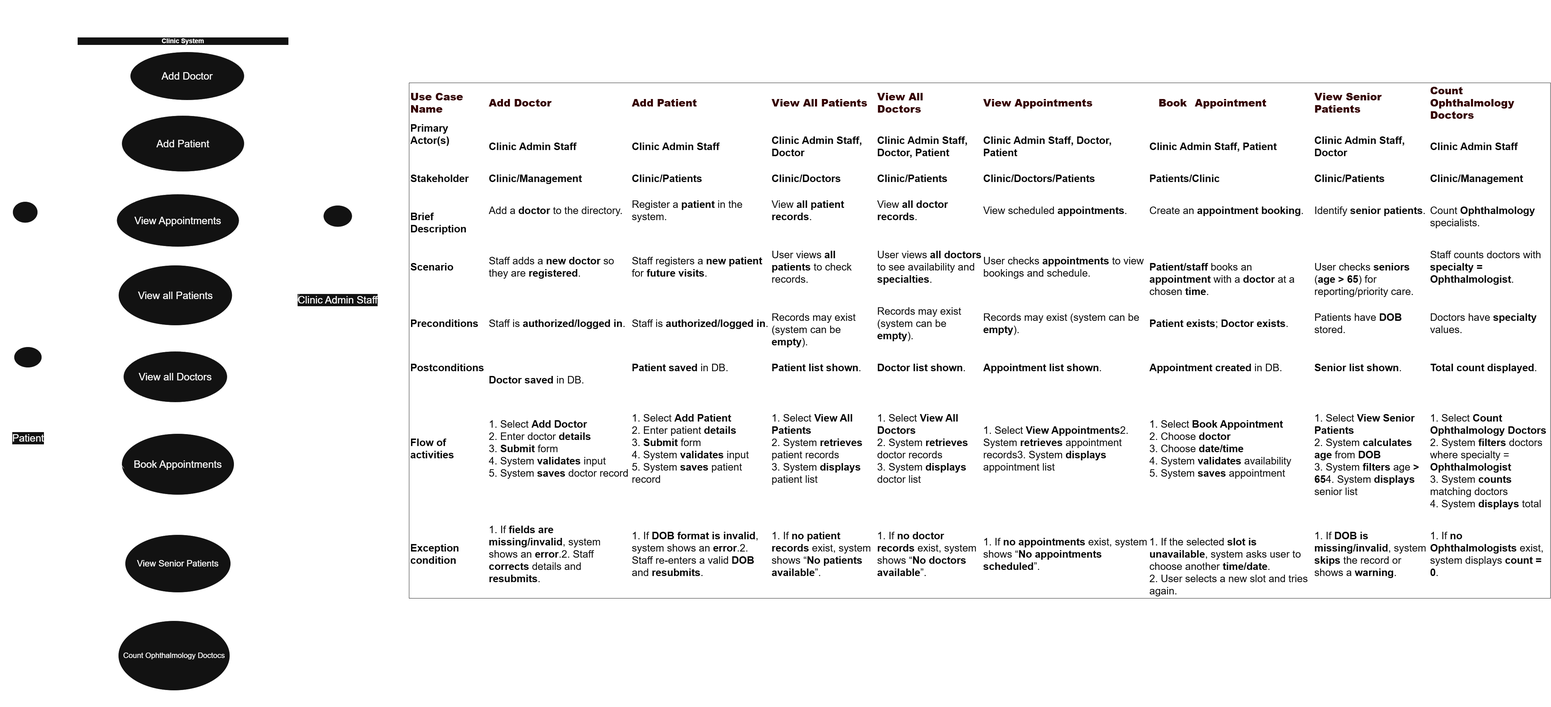
RevesBenj/YCCIA_2511 keeps this draw.io diagram as MS800W4_Act2_ClinicSystemUseCaseDiagram.png. Above is the earlier version. Source tidied: cells renumbered, new cells last; positions are measured from the earlier drawing's top-left corner, leaving out a move shared by most shapes.
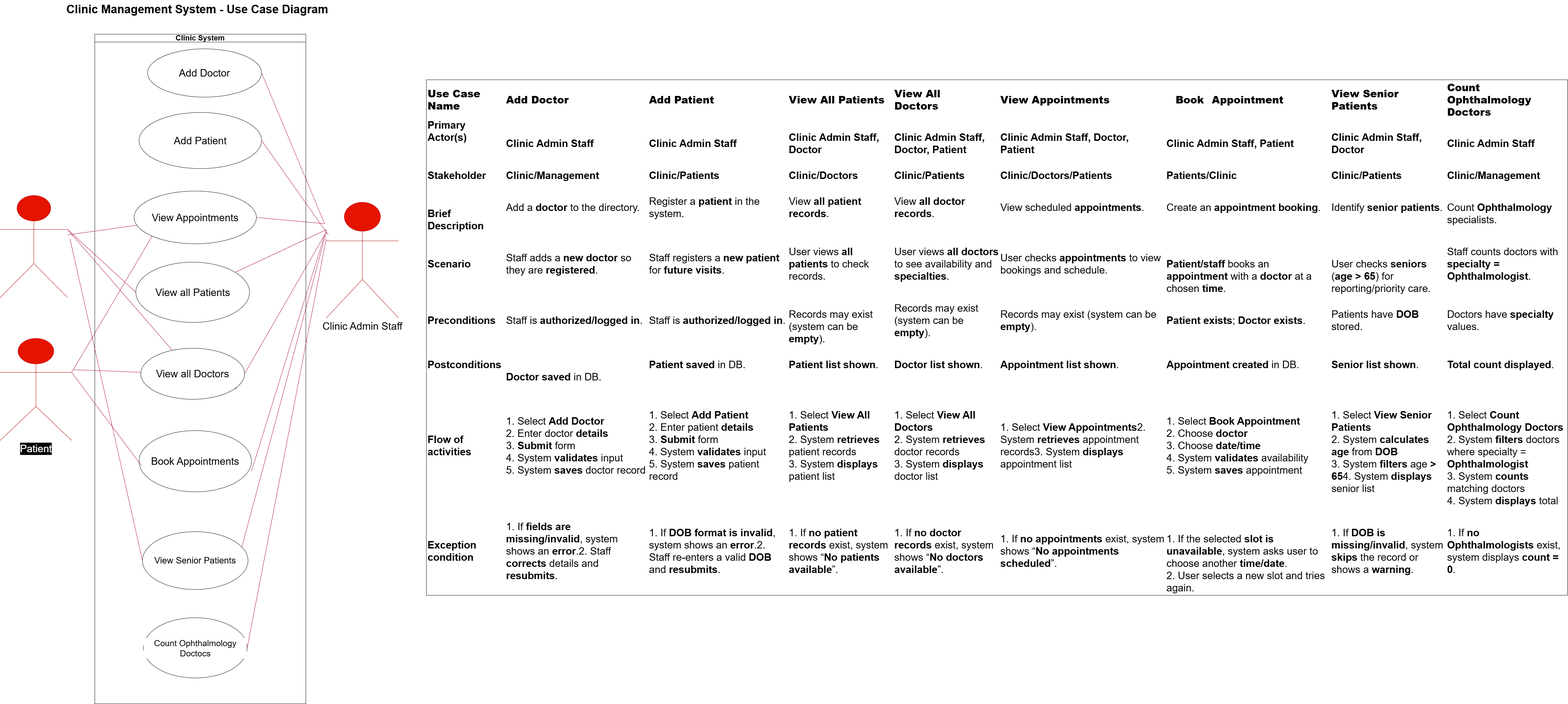
After the commit.

What changed in the source:
```diff
@@ -1,64 +1,64 @@
-<mxGraphModel>
+<mxGraphModel background="#ffffff">
   <root>
     <mxCell id="0" />
     <mxCell id="1" parent="0" />
-    <mxCell id="2" value="Doctor" style="shape=umlActor;verticalLabelPosition=bottom;verticalAlign=top;html=1;outlineConnect=0;fontSize=22;" parent="1" vertex="1">
-      <mxGeometry y="592" width="147" height="250" as="geometry" />
+    <mxCell id="2" value="Doctor" style="shape=umlActor;verticalLabelPosition=bottom;verticalAlign=top;outlineConnect=0;fontSize=22;fillColor=#e51400;fontColor=light-dark(#FFFFFF,#CC0000);strokeColor=#B20000;labelBackgroundColor=none;" parent="1" vertex="1">
+      <mxGeometry x="-51" y="583" width="198" height="300" as="geometry" />
     </mxCell>
-    <mxCell id="3" value="&lt;h1 style=&quot;margin-top: 0px;&quot;&gt;ClinicB Management System - Use Case Diagram&lt;/h1&gt;" style="text;html=1;whiteSpace=wrap;overflow=hidden;rounded=0;fontSize=17;align=center;" parent="1" vertex="1">
-      <mxGeometry x="123.2" width="827.5" height="120" as="geometry" />
+    <mxCell id="3" value="&lt;h1 style=&quot;margin-top: 0px;&quot;&gt;Clinic Management System - Use Case Diagram&lt;/h1&gt;" style="text;html=1;whiteSpace=wrap;overflow=hidden;rounded=0;fontSize=17;" parent="1" vertex="1">
+      <mxGeometry x="141.5" y="9" width="791" height="70" as="geometry" />
     </mxCell>
-    <mxCell id="4" value="Patient" style="shape=umlActor;verticalLabelPosition=bottom;verticalAlign=top;html=1;outlineConnect=0;fontSize=30;labelBackgroundColor=default;" parent="1" vertex="1">
-      <mxGeometry y="1019" width="163" height="244" as="geometry" />
+    <mxCell id="4" value="Patient" style="shape=umlActor;verticalLabelPosition=bottom;verticalAlign=top;html=1;outlineConnect=0;fontSize=30;labelBackgroundColor=light-dark(#000000,#FFFFFF);fillColor=#e51400;fontColor=light-dark(#ffffff, #e70d0d);strokeColor=#B20000;" parent="1" vertex="1">
+      <mxGeometry x="-51" y="1003" width="210" height="300" as="geometry" />
     </mxCell>
-    <mxCell id="5" value="Clinic Admin Staff" style="shape=umlActor;verticalLabelPosition=bottom;verticalAlign=top;html=1;fontSize=30;labelBackgroundColor=default;" parent="1" vertex="1">
-      <mxGeometry x="907" y="603" width="169" height="254" as="geometry" />
+    <mxCell id="5" value="Clinic Admin Staff" style="shape=umlActor;verticalLabelPosition=bottom;verticalAlign=top;html=1;fontSize=30;labelBackgroundColor=default;fillColor=#e51400;fontColor=light-dark(#000000,#FF0000);strokeColor=#B20000;labelBorderColor=none;" parent="1" vertex="1">
+      <mxGeometry x="907" y="603" width="212" height="340" as="geometry" />
     </mxCell>
-    <mxCell id="6" style="endArrow=none;html=1;rounded=0;exitX=1;exitY=0.3333333333333333;exitDx=0;exitDy=0;exitPerimeter=0;" parent="1" edge="1" source="2" target="21">
+    <mxCell id="6" style="endArrow=none;html=1;rounded=0;exitX=1;exitY=0.3333333333333333;exitDx=0;exitDy=0;exitPerimeter=0;fillColor=#d80073;strokeColor=#A50040;" parent="1" edge="1" source="2" target="21">
       <mxGeometry relative="1" as="geometry" />
     </mxCell>
-    <mxCell id="7" style="endArrow=none;html=1;rounded=0;" parent="1" edge="1" target="21">
+    <mxCell id="7" style="endArrow=none;html=1;rounded=0;fillColor=#d80073;strokeColor=#A50040;" parent="1" edge="1" target="21">
       <mxGeometry relative="1" as="geometry">
         <mxPoint x="165" y="1095" as="sourcePoint" />
       </mxGeometry>
     </mxCell>
-    <mxCell id="8" style="endArrow=none;html=1;rounded=0;exitX=1;exitY=1;exitDx=0;exitDy=0;" parent="1" edge="1" source="22">
+    <mxCell id="8" style="endArrow=none;html=1;rounded=0;exitX=1;exitY=1;exitDx=0;exitDy=0;fillColor=#d80073;strokeColor=#A50040;" parent="1" edge="1" source="22">
       <mxGeometry relative="1" as="geometry">
         <mxPoint x="907" y="691" as="targetPoint" />
       </mxGeometry>
     </mxCell>
-    <mxCell id="9" style="endArrow=none;html=1;rounded=0;entryX=0.91;entryY=0.814;entryDx=0;entryDy=0;entryPerimeter=0;" parent="1" edge="1" target="21">
+    <mxCell id="9" style="endArrow=none;html=1;rounded=0;entryX=0.91;entryY=0.814;entryDx=0;entryDy=0;entryPerimeter=0;fillColor=#d80073;strokeColor=#A50040;" parent="1" edge="1" target="21">
       <mxGeometry relative="1" as="geometry">
         <mxPoint x="902" y="699" as="sourcePoint" />
       </mxGeometry>
     </mxCell>
-    <mxCell id="10" style="endArrow=none;html=1;rounded=0;exitX=1;exitY=0.5;exitDx=0;exitDy=0;" parent="1" edge="1" source="18">
+    <mxCell id="10" style="endArrow=none;html=1;rounded=0;exitX=1;exitY=0.5;exitDx=0;exitDy=0;fillColor=#d80073;strokeColor=#A50040;" parent="1" edge="1" source="18">
       <mxGeometry relative="1" as="geometry">
         <mxPoint x="902" y="666" as="targetPoint" />
       </mxGeometry>
     </mxCell>
-    <mxCell id="11" style="endArrow=none;html=1;rounded=0;entryX=0;entryY=0.3333333333333333;entryDx=0;entryDy=0;entryPerimeter=0;" parent="1" edge="1" source="23">
+    <mxCell id="11" style="endArrow=none;html=1;rounded=0;entryX=0;entryY=0.3333333333333333;entryDx=0;entryDy=0;entryPerimeter=0;fillColor=#d80073;strokeColor=#A50040;" parent="1" edge="1" source="23">
       <mxGeometry relative="1" as="geometry">
         <mxPoint x="907" y="683.7" as="targetPoint" />
       </mxGeometry>
     </mxCell>
-    <mxCell id="12" style="endArrow=none;html=1;rounded=0;exitX=1;exitY=0.3333333333333333;exitDx=0;exitDy=0;exitPerimeter=0;entryX=0;entryY=1;entryDx=0;entryDy=0;" parent="1" edge="1" source="4" target="18">
+    <mxCell id="12" style="endArrow=none;html=1;rounded=0;exitX=1;exitY=0.3333333333333333;exitDx=0;exitDy=0;exitPerimeter=0;entryX=0;entryY=1;entryDx=0;entryDy=0;fillColor=#d80073;strokeColor=#A50040;" parent="1" edge="1" source="4" target="18">
       <mxGeometry relative="1" as="geometry" />
     </mxCell>
-    <mxCell id="13" style="endArrow=none;html=1;rounded=0;exitX=1;exitY=0.5;exitDx=0;exitDy=0;" parent="1" edge="1" source="17">
+    <mxCell id="13" style="endArrow=none;html=1;rounded=0;exitX=1;exitY=0.5;exitDx=0;exitDy=0;fillColor=#d80073;strokeColor=#A50040;" parent="1" edge="1" source="17">
       <mxGeometry relative="1" as="geometry">
         <mxPoint x="913" y="699" as="targetPoint" />
       </mxGeometry>
     </mxCell>
-    <mxCell id="14" style="endArrow=none;html=1;rounded=0;entryX=0;entryY=0.5;entryDx=0;entryDy=0;exitX=1;exitY=0.3333333333333333;exitDx=0;exitDy=0;exitPerimeter=0;" parent="1" edge="1" source="2" target="23">
+    <mxCell id="14" style="endArrow=none;html=1;rounded=0;entryX=0;entryY=0.5;entryDx=0;entryDy=0;exitX=1;exitY=0.3333333333333333;exitDx=0;exitDy=0;exitPerimeter=0;fillColor=#d80073;strokeColor=#A50040;" parent="1" edge="1" source="2" target="23">
       <mxGeometry relative="1" as="geometry" />
     </mxCell>
-    <mxCell id="15" style="endArrow=none;html=1;rounded=0;entryX=0;entryY=0.3333333333333333;entryDx=0;entryDy=0;entryPerimeter=0;exitX=1;exitY=0.667;exitDx=0;exitDy=0;exitPerimeter=0;" parent="1" edge="1" source="19">
+    <mxCell id="15" style="endArrow=none;html=1;rounded=0;entryX=0;entryY=0.3333333333333333;entryDx=0;entryDy=0;entryPerimeter=0;exitX=1;exitY=0.667;exitDx=0;exitDy=0;exitPerimeter=0;fillColor=#d80073;strokeColor=#A50040;" parent="1" edge="1" source="19">
       <mxGeometry relative="1" as="geometry">
         <mxPoint x="907" y="683.7" as="targetPoint" />
       </mxGeometry>
     </mxCell>
-    <mxCell id="16" value="Clinic System" style="swimlane;whiteSpace=wrap;html=1;fontSize=19;" parent="1" vertex="1">
+    <mxCell id="16" value="Clinic System" style="swimlane;whiteSpace=wrap;html=1;fontSize=22;" parent="1" vertex="1">
       <mxGeometry x="227" y="109" width="620" height="1968" as="geometry" />
     </mxCell>
     <mxCell id="17" value="Add Patient" style="ellipse;whiteSpace=wrap;html=1;fontSize=30;labelBackgroundColor=default;" parent="16" vertex="1">
@@ -82,28 +82,28 @@
     <mxCell id="23" value="View all Patients" style="ellipse;whiteSpace=wrap;html=1;fontSize=30;labelBackgroundColor=default;labelBorderColor=none;" parent="16" vertex="1">
       <mxGeometry x="120.5" y="670" width="334" height="177" as="geometry" />
     </mxCell>
-    <mxCell id="24" value="&lt;font&gt;Count Ophthalmology Doctocs&lt;/font&gt;" style="ellipse;whiteSpace=wrap;html=1;fontSize=22;labelBorderColor=none;labelBackgroundColor=default;" parent="16" vertex="1">
-      <mxGeometry x="120" y="1715" width="327.5" height="205" as="geometry" />
+    <mxCell id="24" value="&lt;font&gt;Count Ophthalmology Doctocs&lt;/font&gt;" style="ellipse;whiteSpace=wrap;html=1;fontSize=25;labelBorderColor=none;labelBackgroundColor=default;" parent="16" vertex="1">
+      <mxGeometry x="143" y="1715" width="304.5" height="177" as="geometry" />
     </mxCell>
-    <mxCell id="25" style="endArrow=none;html=1;rounded=0;exitX=1;exitY=0.5;exitDx=0;exitDy=0;" parent="1" edge="1" source="20">
+    <mxCell id="25" style="endArrow=none;html=1;rounded=0;exitX=1;exitY=0.5;exitDx=0;exitDy=0;fillColor=#d80073;strokeColor=#A50040;" parent="1" edge="1" source="20">
       <mxGeometry relative="1" as="geometry">
         <mxPoint x="902" y="666" as="targetPoint" />
       </mxGeometry>
     </mxCell>
-    <mxCell id="26" style="endArrow=none;html=1;rounded=0;" parent="1" edge="1" target="18">
+    <mxCell id="26" style="endArrow=none;html=1;rounded=0;fillColor=#d80073;strokeColor=#A50040;" parent="1" edge="1" target="18">
       <mxGeometry relative="1" as="geometry">
         <mxPoint x="147" y="699" as="sourcePoint" />
       </mxGeometry>
     </mxCell>
-    <mxCell id="27" style="endArrow=none;html=1;rounded=0;entryX=0.02;entryY=0.569;entryDx=0;entryDy=0;entryPerimeter=0;exitX=1;exitY=0.3333333333333333;exitDx=0;exitDy=0;exitPerimeter=0;" parent="1" edge="1" source="4" target="19">
+    <mxCell id="27" style="endArrow=none;html=1;rounded=0;entryX=0.02;entryY=0.569;entryDx=0;entryDy=0;entryPerimeter=0;exitX=1;exitY=0.3333333333333333;exitDx=0;exitDy=0;exitPerimeter=0;fillColor=#d80073;strokeColor=#A50040;" parent="1" edge="1" source="4" target="19">
       <mxGeometry relative="1" as="geometry" />
     </mxCell>
-    <mxCell id="28" style="endArrow=none;html=1;rounded=0;exitX=1;exitY=0.5;exitDx=0;exitDy=0;" parent="1" edge="1" source="24">
+    <mxCell id="28" style="endArrow=none;html=1;rounded=0;exitX=1;exitY=0.5;exitDx=0;exitDy=0;fillColor=#d80073;strokeColor=#A50040;" parent="1" edge="1" source="24">
       <mxGeometry relative="1" as="geometry">
         <mxPoint x="907" y="709" as="targetPoint" />
       </mxGeometry>
     </mxCell>
-    <mxCell id="29" style="endArrow=none;html=1;rounded=0;entryX=0;entryY=0.5;entryDx=0;entryDy=0;" parent="1" edge="1" target="22">
+    <mxCell id="29" style="endArrow=none;html=1;rounded=0;entryX=0;entryY=0.5;entryDx=0;entryDy=0;fillColor=#d80073;strokeColor=#A50040;" parent="1" edge="1" target="22">
       <mxGeometry relative="1" as="geometry">
         <mxPoint x="154" y="710" as="sourcePoint" />
       </mxGeometry>
```
